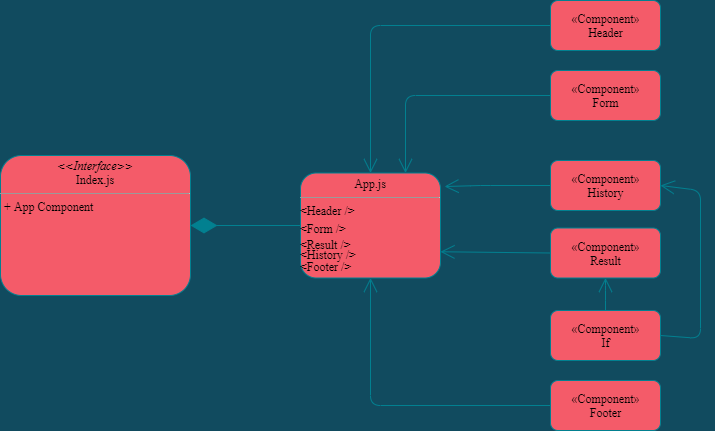
Earlier version of the draw.io export assets/lab26.png (Omar-Tarawneh/RESTy). Source tidied: cells renumbered, new cells last; positions are measured from the earlier drawing's top-left corner, leaving out a move shared by most shapes.
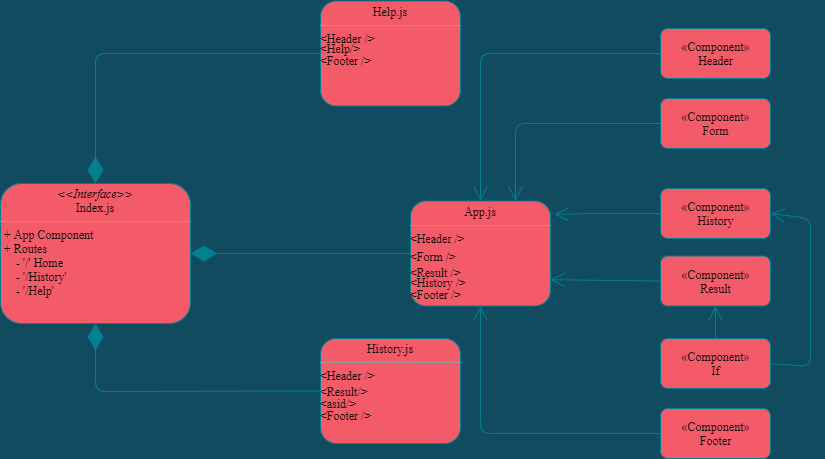
The same file after the commit.

Change to the diagram source:
```diff
@@ -2,8 +2,8 @@
   <root>
     <mxCell id="0" />
     <mxCell id="1" parent="0" />
-    <mxCell id="2" value="&lt;p style=&quot;margin: 0px ; margin-top: 4px ; text-align: center&quot;&gt;&lt;i&gt;&amp;lt;&amp;lt;Interface&amp;gt;&amp;gt;&lt;/i&gt;&lt;br&gt;&lt;span&gt;Index.js&lt;/span&gt;&lt;/p&gt;&lt;hr size=&quot;1&quot;&gt;&lt;p style=&quot;margin: 0px ; margin-left: 4px&quot;&gt;+ App Component&lt;br&gt;&lt;/p&gt;" style="verticalAlign=top;align=left;overflow=fill;fontSize=12;fontFamily=Times New Roman;html=1;shadow=0;rounded=1;fillColor=#F45B69;strokeColor=#028090;labelBackgroundColor=none;fontStyle=0;" parent="1" vertex="1">
-      <mxGeometry y="155" width="190" height="140" as="geometry" />
+    <mxCell id="2" value="&lt;p style=&quot;margin: 0px ; margin-top: 4px ; text-align: center&quot;&gt;&lt;i&gt;&amp;lt;&amp;lt;Interface&amp;gt;&amp;gt;&lt;/i&gt;&lt;br&gt;&lt;span&gt;Index.js&lt;/span&gt;&lt;/p&gt;&lt;hr size=&quot;1&quot;&gt;&lt;p style=&quot;margin: 0px ; margin-left: 4px&quot;&gt;+ App Component&lt;br&gt;&lt;/p&gt;&lt;p style=&quot;margin: 0px ; margin-left: 4px&quot;&gt;+ Routes&lt;/p&gt;&lt;p style=&quot;margin: 0px ; margin-left: 4px&quot;&gt;&amp;nbsp; &amp;nbsp; - '/' Home&lt;/p&gt;&lt;p style=&quot;margin: 0px ; margin-left: 4px&quot;&gt;&amp;nbsp; &amp;nbsp; - '/History'&lt;/p&gt;&lt;p style=&quot;margin: 0px ; margin-left: 4px&quot;&gt;&amp;nbsp; &amp;nbsp; - '/Help'&lt;/p&gt;" style="verticalAlign=top;align=left;overflow=fill;fontSize=12;fontFamily=Times New Roman;html=1;shadow=0;rounded=1;fillColor=#F45B69;strokeColor=#028090;labelBackgroundColor=none;fontStyle=0;" parent="1" vertex="1">
+      <mxGeometry x="-110" y="155" width="190" height="140" as="geometry" />
     </mxCell>
     <mxCell id="3" value="«Component»&lt;br&gt;&lt;span&gt;Header&lt;/span&gt;" style="html=1;shadow=0;rounded=1;fillColor=#F45B69;strokeColor=#028090;labelBackgroundColor=none;fontFamily=Times New Roman;fontStyle=0;" parent="1" vertex="1">
       <mxGeometry x="550" width="110" height="50" as="geometry" />
@@ -75,5 +75,25 @@
         </Array>
       </mxGeometry>
     </mxCell>
+    <mxCell id="18" value="&lt;p style=&quot;margin: 0px ; margin-top: 4px ; text-align: center&quot;&gt;&lt;span&gt;Help.js&lt;/span&gt;&lt;/p&gt;&lt;hr size=&quot;1&quot;&gt;&lt;div style=&quot;height: 2px&quot;&gt;&amp;lt;Header /&amp;gt;&lt;/div&gt;&lt;div style=&quot;height: 2px&quot;&gt;&lt;br&gt;&lt;/div&gt;&lt;div style=&quot;height: 2px&quot;&gt;&lt;br&gt;&lt;/div&gt;&lt;div style=&quot;height: 2px&quot;&gt;&lt;br&gt;&lt;/div&gt;&lt;div style=&quot;height: 2px&quot;&gt;&lt;br&gt;&lt;/div&gt;&lt;div style=&quot;height: 2px&quot;&gt;&amp;lt;Help/&amp;gt;&lt;/div&gt;&lt;div style=&quot;height: 2px&quot;&gt;&lt;br&gt;&lt;/div&gt;&lt;div style=&quot;height: 2px&quot;&gt;&lt;br&gt;&lt;/div&gt;&lt;div style=&quot;height: 2px&quot;&gt;&lt;br&gt;&lt;/div&gt;&lt;div style=&quot;height: 2px&quot;&gt;&lt;br&gt;&lt;/div&gt;&lt;div style=&quot;height: 2px&quot;&gt;&lt;br&gt;&lt;/div&gt;&lt;div style=&quot;height: 2px&quot;&gt;&amp;lt;Footer /&amp;gt;&lt;/div&gt;" style="verticalAlign=top;align=left;overflow=fill;fontSize=12;fontFamily=Times New Roman;html=1;shadow=0;rounded=1;fillColor=#F45B69;strokeColor=#028090;labelBackgroundColor=none;fontStyle=0;" parent="1" vertex="1">
+      <mxGeometry x="210" y="-27.5" width="140" height="105" as="geometry" />
+    </mxCell>
+    <mxCell id="19" value="&lt;p style=&quot;margin: 0px ; margin-top: 4px ; text-align: center&quot;&gt;&lt;span&gt;History.js&lt;/span&gt;&lt;/p&gt;&lt;hr size=&quot;1&quot;&gt;&lt;div style=&quot;height: 2px&quot;&gt;&amp;lt;Header /&amp;gt;&lt;/div&gt;&lt;div style=&quot;height: 2px&quot;&gt;&lt;br&gt;&lt;/div&gt;&lt;div style=&quot;height: 2px&quot;&gt;&lt;br&gt;&lt;/div&gt;&lt;div style=&quot;height: 2px&quot;&gt;&lt;br&gt;&lt;/div&gt;&lt;div style=&quot;height: 2px&quot;&gt;&lt;br&gt;&lt;/div&gt;&lt;div style=&quot;height: 2px&quot;&gt;&lt;br&gt;&lt;/div&gt;&lt;div style=&quot;height: 2px&quot;&gt;&lt;br&gt;&lt;/div&gt;&lt;div style=&quot;height: 2px&quot;&gt;&lt;br&gt;&lt;/div&gt;&lt;div style=&quot;height: 2px&quot;&gt;&amp;lt;Result/&amp;gt;&lt;/div&gt;&lt;div style=&quot;height: 2px&quot;&gt;&lt;br&gt;&lt;/div&gt;&lt;div style=&quot;height: 2px&quot;&gt;&lt;br&gt;&lt;/div&gt;&lt;div style=&quot;height: 2px&quot;&gt;&lt;br&gt;&lt;/div&gt;&lt;div style=&quot;height: 2px&quot;&gt;&lt;br&gt;&lt;/div&gt;&lt;div style=&quot;height: 2px&quot;&gt;&lt;br&gt;&lt;/div&gt;&lt;div style=&quot;height: 2px&quot;&gt;&amp;lt;asid/&amp;gt;&lt;/div&gt;&lt;div style=&quot;height: 2px&quot;&gt;&lt;br&gt;&lt;/div&gt;&lt;div style=&quot;height: 2px&quot;&gt;&lt;br&gt;&lt;/div&gt;&lt;div style=&quot;height: 2px&quot;&gt;&lt;br&gt;&lt;/div&gt;&lt;div style=&quot;height: 2px&quot;&gt;&lt;br&gt;&lt;/div&gt;&lt;div style=&quot;height: 2px&quot;&gt;&lt;br&gt;&lt;/div&gt;&lt;div style=&quot;height: 2px&quot;&gt;&amp;lt;Footer /&amp;gt;&lt;/div&gt;" style="verticalAlign=top;align=left;overflow=fill;fontSize=12;fontFamily=Times New Roman;html=1;shadow=0;rounded=1;fillColor=#F45B69;strokeColor=#028090;labelBackgroundColor=none;fontStyle=0;" parent="1" vertex="1">
+      <mxGeometry x="210" y="310" width="140" height="105" as="geometry" />
+    </mxCell>
+    <mxCell id="20" style="endArrow=diamondThin;endFill=1;endSize=24;html=1;exitX=0;exitY=0.5;exitDx=0;exitDy=0;entryX=0.5;entryY=0;entryDx=0;entryDy=0;shadow=0;labelBackgroundColor=none;strokeColor=#028090;fontFamily=Times New Roman;fontStyle=0;" parent="1" edge="1" source="18" target="2">
+      <mxGeometry relative="1" as="geometry">
+        <Array as="points">
+          <mxPoint x="-15" y="25" />
+        </Array>
+      </mxGeometry>
+    </mxCell>
+    <mxCell id="21" style="endArrow=diamondThin;endFill=1;endSize=24;html=1;exitX=0;exitY=0.5;exitDx=0;exitDy=0;entryX=0.5;entryY=1;entryDx=0;entryDy=0;shadow=0;labelBackgroundColor=none;strokeColor=#028090;fontFamily=Times New Roman;fontStyle=0;" parent="1" edge="1" source="19" target="2">
+      <mxGeometry relative="1" as="geometry">
+        <Array as="points">
+          <mxPoint x="-15" y="363" />
+        </Array>
+      </mxGeometry>
+    </mxCell>
   </root>
 </mxGraphModel>
```
